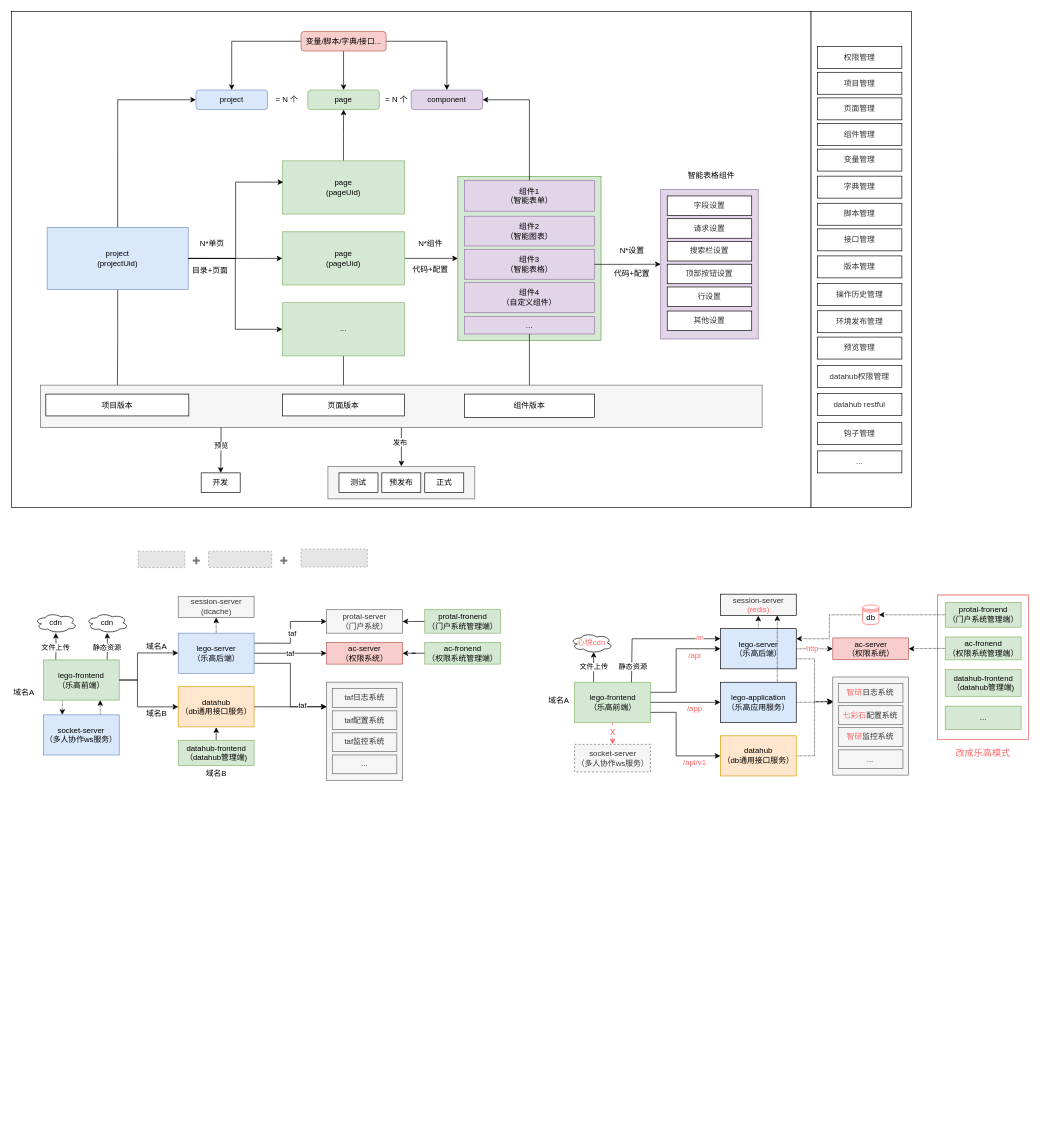
This is lego.drawio from axtrur/resource, a draw.io file, before an edit. Source tidied: cells renumbered, new cells numbered last; positions are measured from the earlier drawing's top-left corner, leaving out a move shared by most shapes. Both pictures are drawn from the tidied source at 65%, with x=0, y=0 at pixel (11, 11). Pictures stored in the file or linked from it are replaced by grey dashed boxes.
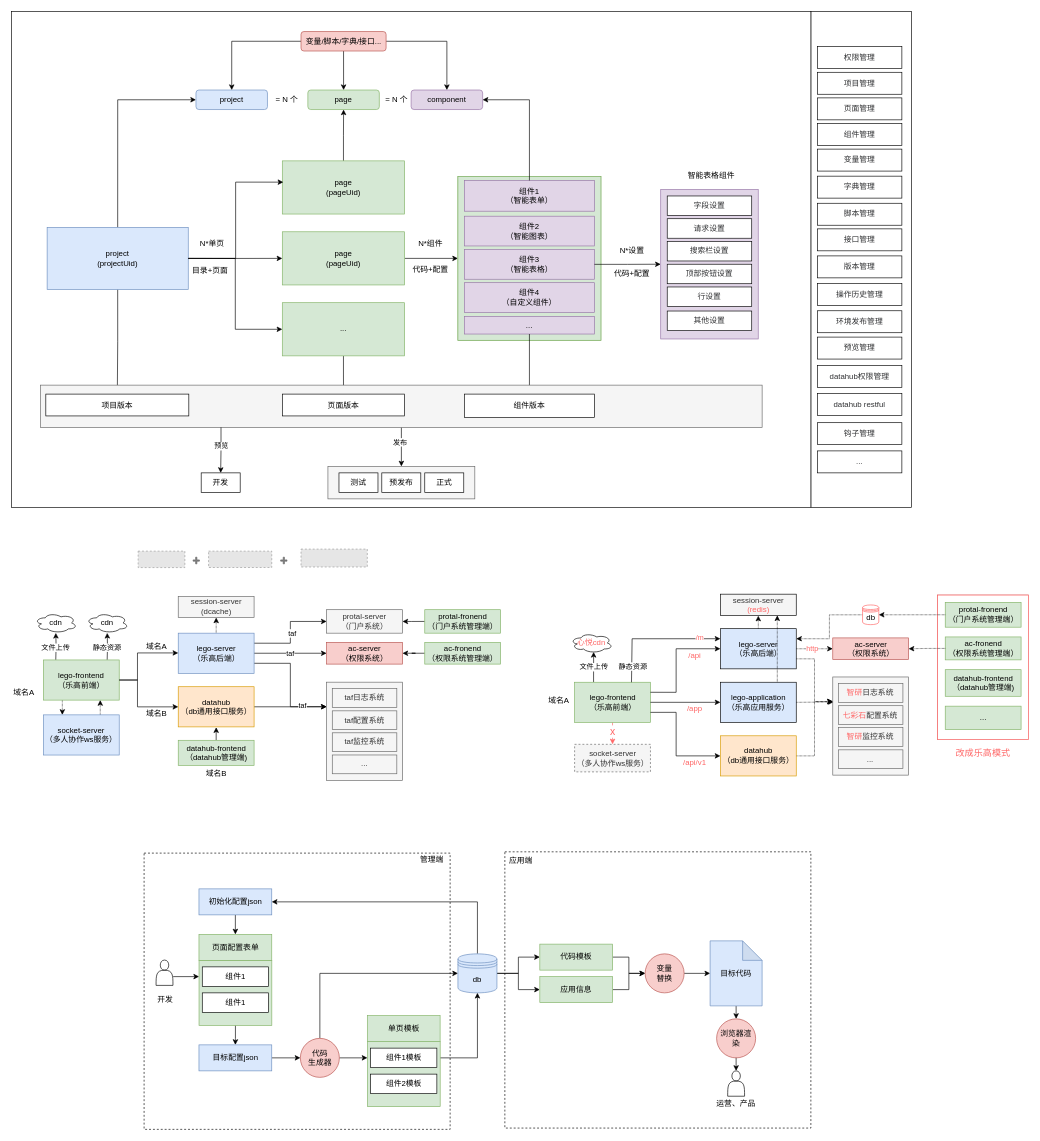
The same page after the edit.

Change to the diagram source:
```diff
@@
+    <mxCell id="169" style="rounded=0;whiteSpace=wrap;html=1;dashed=1;" parent="1" vertex="1">
+      <mxGeometry x="759.2" y="1293" width="470.8" height="425" as="geometry" />
+    </mxCell>
+    <mxCell id="170" style="rounded=0;whiteSpace=wrap;html=1;dashed=1;" parent="1" vertex="1">
+      <mxGeometry x="204.2" y="1295" width="470.8" height="425" as="geometry" />
+    </mxCell>
+    <mxCell id="171" style="edgeStyle=orthogonalEdgeStyle;rounded=0;jettySize=auto;html=1;exitX=0.5;exitY=1;exitDx=0;exitDy=0;" parent="1" edge="1" source="172" target="183">
+      <mxGeometry relative="1" as="geometry" />
+    </mxCell>
+    <mxCell id="172" style="rounded=0;whiteSpace=wrap;html=1;fillColor=#d5e8d4;strokeColor=#82b366;" parent="1" vertex="1">
+      <mxGeometry x="288.7" y="1460" width="112" height="100" as="geometry" />
+    </mxCell>
@@
+    <mxCell id="173" style="edgeStyle=orthogonalEdgeStyle;rounded=0;jettySize=auto;html=1;exitX=0.5;exitY=1;exitDx=0;exitDy=0;entryX=0.5;entryY=0;entryDx=0;entryDy=0;" parent="1" edge="1" source="174" target="179">
+      <mxGeometry relative="1" as="geometry" />
+    </mxCell>
+    <mxCell id="174" value="初始化配置json" style="rounded=0;whiteSpace=wrap;html=1;fillColor=#dae8fc;strokeColor=#6c8ebf;" parent="1" vertex="1">
+      <mxGeometry x="288.6" y="1350" width="112" height="40" as="geometry" />
+    </mxCell>
+    <mxCell id="175" style="edgeStyle=orthogonalEdgeStyle;rounded=0;jettySize=auto;html=1;exitX=0.5;exitY=0;exitDx=0;exitDy=0;entryX=1;entryY=0.5;entryDx=0;entryDy=0;" parent="1" edge="1" source="178" target="174">
+      <mxGeometry relative="1" as="geometry" />
+    </mxCell>
+    <mxCell id="176" style="edgeStyle=orthogonalEdgeStyle;rounded=0;jettySize=auto;html=1;exitX=1;exitY=0.5;exitDx=0;exitDy=0;" parent="1" edge="1" source="178" target="193">
+      <mxGeometry relative="1" as="geometry" />
+    </mxCell>
+    <mxCell id="177" style="edgeStyle=orthogonalEdgeStyle;rounded=0;jettySize=auto;html=1;exitX=1;exitY=0.5;exitDx=0;exitDy=0;" parent="1" edge="1" source="178" target="195">
+      <mxGeometry relative="1" as="geometry" />
+    </mxCell>
+    <mxCell id="178" value="db" style="shape=datastore;whiteSpace=wrap;html=1;fillColor=#dae8fc;strokeColor=#6c8ebf;" parent="1" vertex="1">
+      <mxGeometry x="687" y="1450" width="60" height="60" as="geometry" />
+    </mxCell>
+    <mxCell id="179" value="页面配置表单" style="rounded=0;whiteSpace=wrap;html=1;fillColor=#d5e8d4;strokeColor=#82b366;" parent="1" vertex="1">
+      <mxGeometry x="288.6" y="1420" width="112" height="40" as="geometry" />
+    </mxCell>
+    <mxCell id="180" value="组件1" style="rounded=0;whiteSpace=wrap;html=1;" parent="1" vertex="1">
+      <mxGeometry x="293.7" y="1470" width="101.9" height="30" as="geometry" />
+    </mxCell>
+    <mxCell id="181" value="组件1" style="rounded=0;whiteSpace=wrap;html=1;" parent="1" vertex="1">
+      <mxGeometry x="293.7" y="1510" width="101.9" height="30" as="geometry" />
+    </mxCell>
+    <mxCell id="182" style="edgeStyle=orthogonalEdgeStyle;rounded=0;jettySize=auto;html=1;exitX=1;exitY=0.5;exitDx=0;exitDy=0;entryX=0;entryY=0.5;entryDx=0;entryDy=0;" parent="1" edge="1" source="183" target="186">
+      <mxGeometry relative="1" as="geometry" />
+    </mxCell>
+    <mxCell id="183" value="目标配置json" style="rounded=0;whiteSpace=wrap;html=1;fillColor=#dae8fc;strokeColor=#6c8ebf;" parent="1" vertex="1">
+      <mxGeometry x="288.6" y="1590" width="112" height="40" as="geometry" />
+    </mxCell>
+    <mxCell id="184" style="edgeStyle=orthogonalEdgeStyle;rounded=0;jettySize=auto;html=1;exitX=1;exitY=0.5;exitDx=0;exitDy=0;entryX=0;entryY=0.25;entryDx=0;entryDy=0;" parent="1" edge="1" source="186" target="188">
+      <mxGeometry relative="1" as="geometry" />
+    </mxCell>
+    <mxCell id="185" style="edgeStyle=orthogonalEdgeStyle;rounded=0;jettySize=auto;html=1;exitX=0.5;exitY=0;exitDx=0;exitDy=0;entryX=0;entryY=0.5;entryDx=0;entryDy=0;" parent="1" edge="1" source="186" target="178">
+      <mxGeometry relative="1" as="geometry" />
+    </mxCell>
+    <mxCell id="186" value="代码&lt;br&gt;生成器" style="ellipse;whiteSpace=wrap;html=1;fillColor=#f8cecc;strokeColor=#b85450;" parent="1" vertex="1">
+      <mxGeometry x="444.6" y="1580" width="60" height="60" as="geometry" />
+    </mxCell>
+    <mxCell id="187" style="edgeStyle=orthogonalEdgeStyle;rounded=0;jettySize=auto;html=1;exitX=1;exitY=0.25;exitDx=0;exitDy=0;entryX=0.5;entryY=1;entryDx=0;entryDy=0;" parent="1" edge="1" source="188" target="178">
+      <mxGeometry relative="1" as="geometry" />
+    </mxCell>
+    <mxCell id="188" style="rounded=0;whiteSpace=wrap;html=1;fillColor=#d5e8d4;strokeColor=#82b366;" parent="1" vertex="1">
+      <mxGeometry x="547.7" y="1585" width="112" height="100" as="geometry" />
+    </mxCell>
+    <mxCell id="189" value="单页模板" style="rounded=0;whiteSpace=wrap;html=1;fillColor=#d5e8d4;strokeColor=#82b366;" parent="1" vertex="1">
+      <mxGeometry x="547.6" y="1545" width="112" height="40" as="geometry" />
+    </mxCell>
+    <mxCell id="190" value="组件1模板" style="rounded=0;whiteSpace=wrap;html=1;" parent="1" vertex="1">
+      <mxGeometry x="552.7" y="1595" width="101.9" height="30" as="geometry" />
+    </mxCell>
+    <mxCell id="191" value="组件2模板" style="rounded=0;whiteSpace=wrap;html=1;" parent="1" vertex="1">
+      <mxGeometry x="552.7" y="1635" width="101.9" height="30" as="geometry" />
+    </mxCell>
+    <mxCell id="192" style="edgeStyle=orthogonalEdgeStyle;rounded=0;jettySize=auto;html=1;exitX=1;exitY=0.5;exitDx=0;exitDy=0;" parent="1" edge="1" source="193" target="197">
+      <mxGeometry relative="1" as="geometry" />
+    </mxCell>
+    <mxCell id="193" value="代码模板" style="rounded=0;whiteSpace=wrap;html=1;fillColor=#d5e8d4;strokeColor=#82b366;" parent="1" vertex="1">
+      <mxGeometry x="813" y="1435" width="112" height="40" as="geometry" />
+    </mxCell>
+    <mxCell id="194" style="edgeStyle=orthogonalEdgeStyle;rounded=0;jettySize=auto;html=1;exitX=1;exitY=0.5;exitDx=0;exitDy=0;" parent="1" edge="1" source="195" target="197">
+      <mxGeometry relative="1" as="geometry" />
+    </mxCell>
+    <mxCell id="195" value="应用信息" style="rounded=0;whiteSpace=wrap;html=1;fillColor=#d5e8d4;strokeColor=#82b366;" parent="1" vertex="1">
+      <mxGeometry x="813" y="1485" width="112" height="40" as="geometry" />
+    </mxCell>
+    <mxCell id="196" style="edgeStyle=orthogonalEdgeStyle;rounded=0;jettySize=auto;html=1;exitX=1;exitY=0.5;exitDx=0;exitDy=0;" parent="1" edge="1" source="197" target="199">
+      <mxGeometry relative="1" as="geometry" />
+    </mxCell>
+    <mxCell id="197" value="变量&lt;br&gt;替换" style="ellipse;whiteSpace=wrap;html=1;fillColor=#f8cecc;strokeColor=#b85450;" parent="1" vertex="1">
+      <mxGeometry x="975" y="1450" width="60" height="60" as="geometry" />
+    </mxCell>
+    <mxCell id="198" style="edgeStyle=orthogonalEdgeStyle;rounded=0;jettySize=auto;html=1;exitX=0.5;exitY=1;exitDx=0;exitDy=0;exitPerimeter=0;entryX=0.5;entryY=0;entryDx=0;entryDy=0;" parent="1" edge="1" source="199" target="208">
+      <mxGeometry relative="1" as="geometry" />
+    </mxCell>
+    <mxCell id="199" value="目标代码" style="shape=note;whiteSpace=wrap;html=1;backgroundOutline=1;darkOpacity=0.05;fillColor=#dae8fc;strokeColor=#6c8ebf;" parent="1" vertex="1">
+      <mxGeometry x="1075" y="1430" width="80" height="100" as="geometry" />
+    </mxCell>
+    <mxCell id="200" style="edgeStyle=orthogonalEdgeStyle;rounded=0;jettySize=auto;html=1;exitX=0.5;exitY=1;exitDx=0;exitDy=0;entryX=0.5;entryY=0;entryDx=0;entryDy=0;" parent="1" edge="1" target="201">
+      <mxGeometry relative="1" as="geometry">
+        <mxPoint x="1115" y="1595" as="sourcePoint" />
+      </mxGeometry>
+    </mxCell>
+    <mxCell id="201" style="shape=actor;whiteSpace=wrap;html=1;" parent="1" vertex="1">
+      <mxGeometry x="1102" y="1630" width="26" height="39" as="geometry" />
+    </mxCell>
+    <mxCell id="202" style="edgeStyle=orthogonalEdgeStyle;rounded=0;jettySize=auto;html=1;exitX=0.9;exitY=0.5;exitDx=0;exitDy=0;exitPerimeter=0;entryX=0;entryY=0.25;entryDx=0;entryDy=0;" parent="1" edge="1" target="172">
+      <mxGeometry relative="1" as="geometry">
+        <mxPoint x="248.9" y="1485" as="sourcePoint" />
+      </mxGeometry>
+    </mxCell>
+    <mxCell id="203" style="shape=actor;whiteSpace=wrap;html=1;" parent="1" vertex="1">
+      <mxGeometry x="222.6" y="1459.5" width="26" height="39" as="geometry" />
+    </mxCell>
+    <mxCell id="204" value="开发" style="text;html=1;strokeColor=none;fillColor=none;align=center;verticalAlign=middle;whiteSpace=wrap;rounded=0;" parent="1" vertex="1">
+      <mxGeometry x="216.7" y="1510" width="40" height="20" as="geometry" />
+    </mxCell>
+    <mxCell id="205" value="运营、产品" style="text;html=1;strokeColor=none;fillColor=none;align=center;verticalAlign=middle;whiteSpace=wrap;rounded=0;" parent="1" vertex="1">
+      <mxGeometry x="1080" y="1670" width="70" height="20" as="geometry" />
+    </mxCell>
+    <mxCell id="206" value="管理端" style="text;html=1;strokeColor=none;fillColor=none;align=center;verticalAlign=middle;whiteSpace=wrap;rounded=0;dashed=1;" parent="1" vertex="1">
+      <mxGeometry x="627" y="1295" width="40" height="20" as="geometry" />
+    </mxCell>
+    <mxCell id="207" value="应用端" style="text;html=1;strokeColor=none;fillColor=none;align=center;verticalAlign=middle;whiteSpace=wrap;rounded=0;dashed=1;" parent="1" vertex="1">
+      <mxGeometry x="764.2" y="1296" width="40" height="20" as="geometry" />
+    </mxCell>
+    <mxCell id="208" value="浏览器渲染" style="ellipse;whiteSpace=wrap;html=1;fillColor=#f8cecc;strokeColor=#b85450;" parent="1" vertex="1">
+      <mxGeometry x="1085" y="1550" width="60" height="60" as="geometry" />
+    </mxCell>
```
